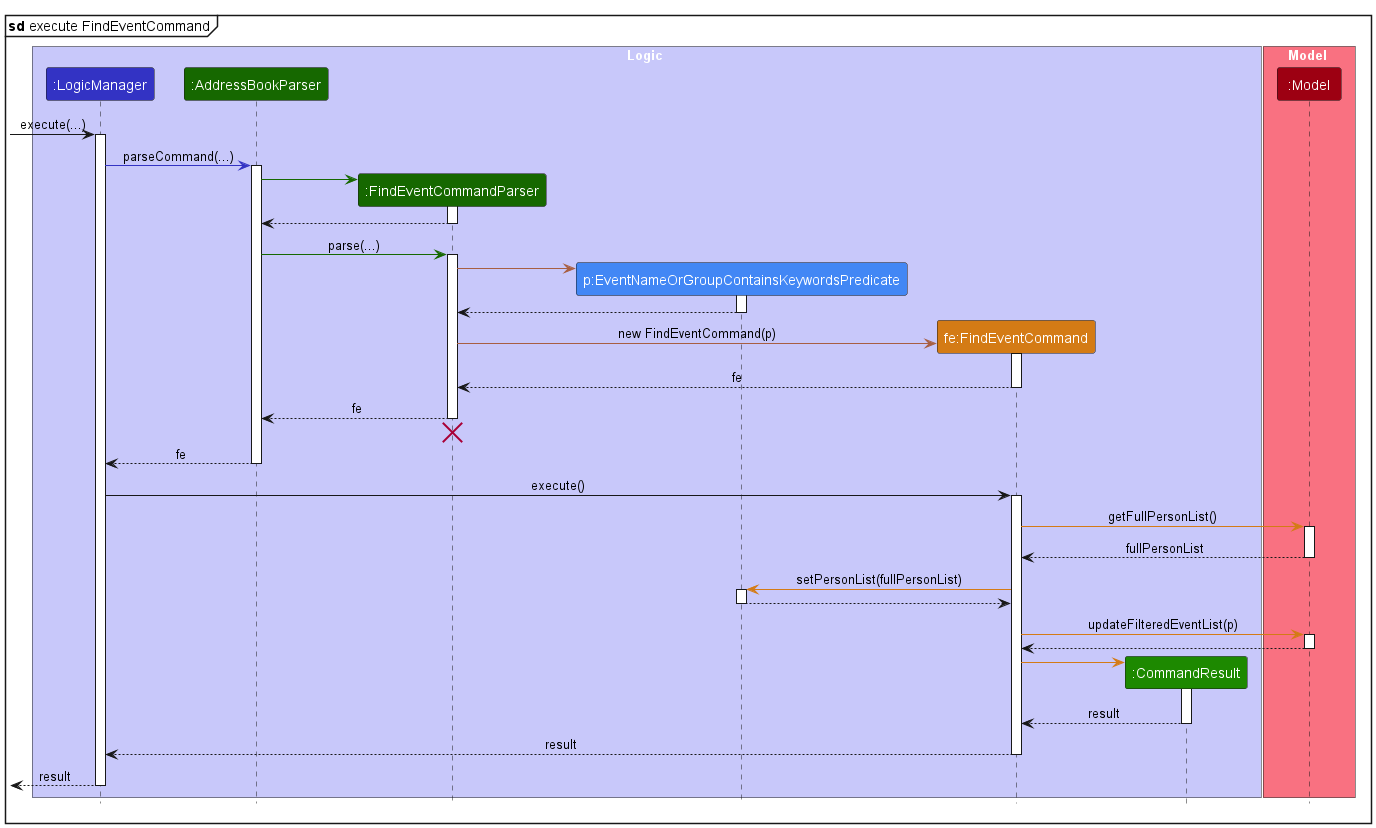
Earlier version of the PlantUML export docs/images/FindEventSequenceDiagram.png (nus-cs2103-AY2324S1/tp).
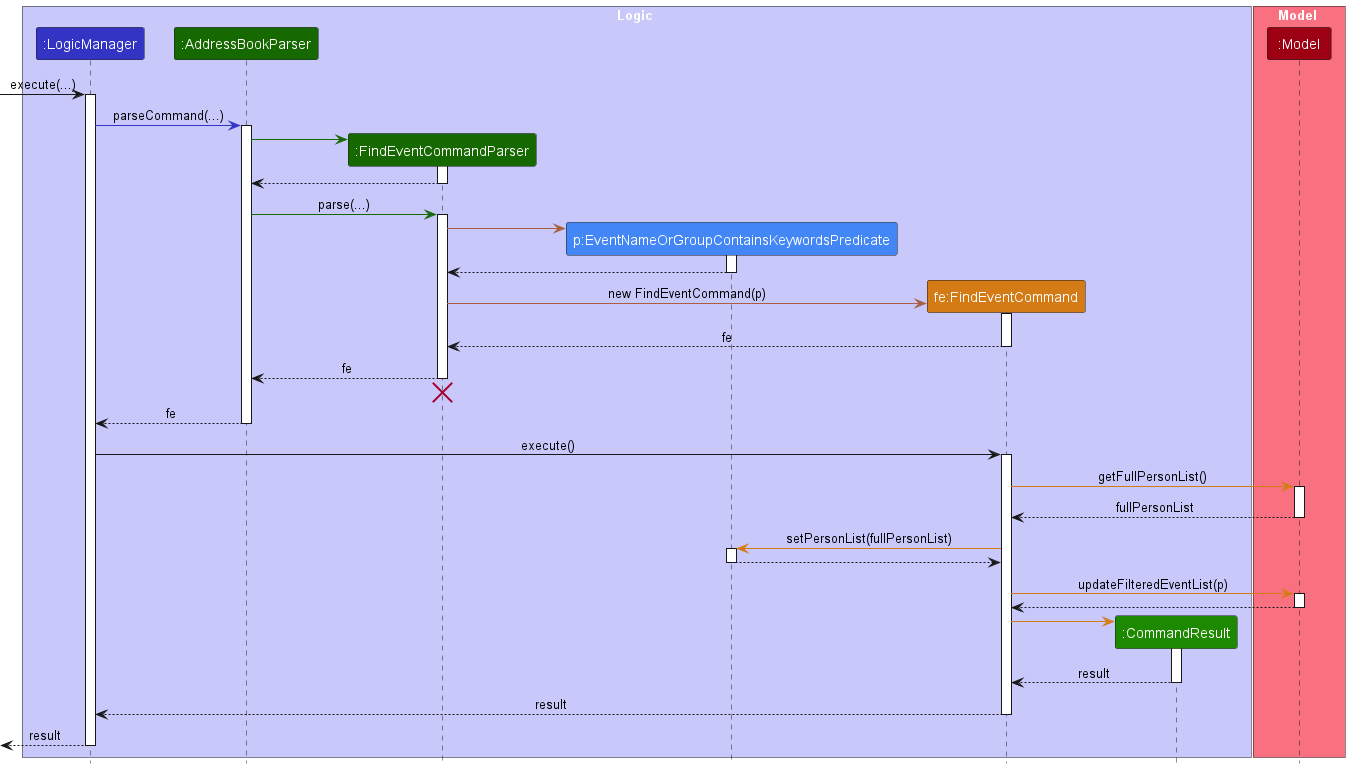
After the commit.

Commit message:
Fix sequence diagram bugs

The edit, as a diff of the source:
```diff
@@ -2,7 +2,6 @@
 !include style.puml
 skinparam ArrowFontStyle plain
 
-mainframe **sd** execute FindEventCommand
 
 box Logic LOGIC_COLOR_T1
 participant ":LogicManager" as Logic LOGIC_COLOR
```
